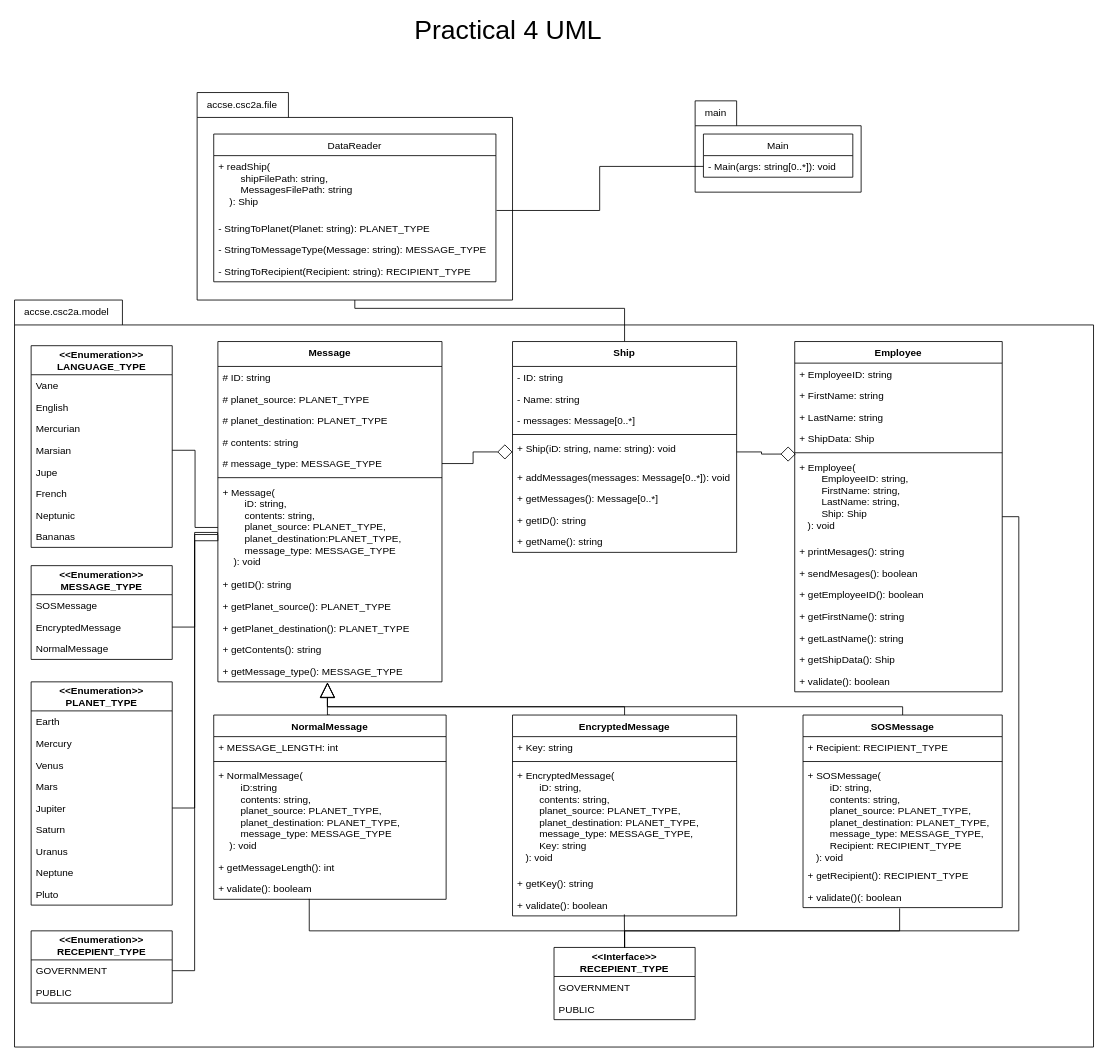
The draw.io diagram docs/UML.drawio in ThaBeanBoy/UJ_CSC2A_P04, before the edit. Source tidied: cells renumbered, new cells numbered last; positions are measured from the earlier drawing's top-left corner, leaving out a move shared by most shapes. Both pictures are drawn from the tidied source at 83%, with x=0, y=0 at pixel (14, 17).
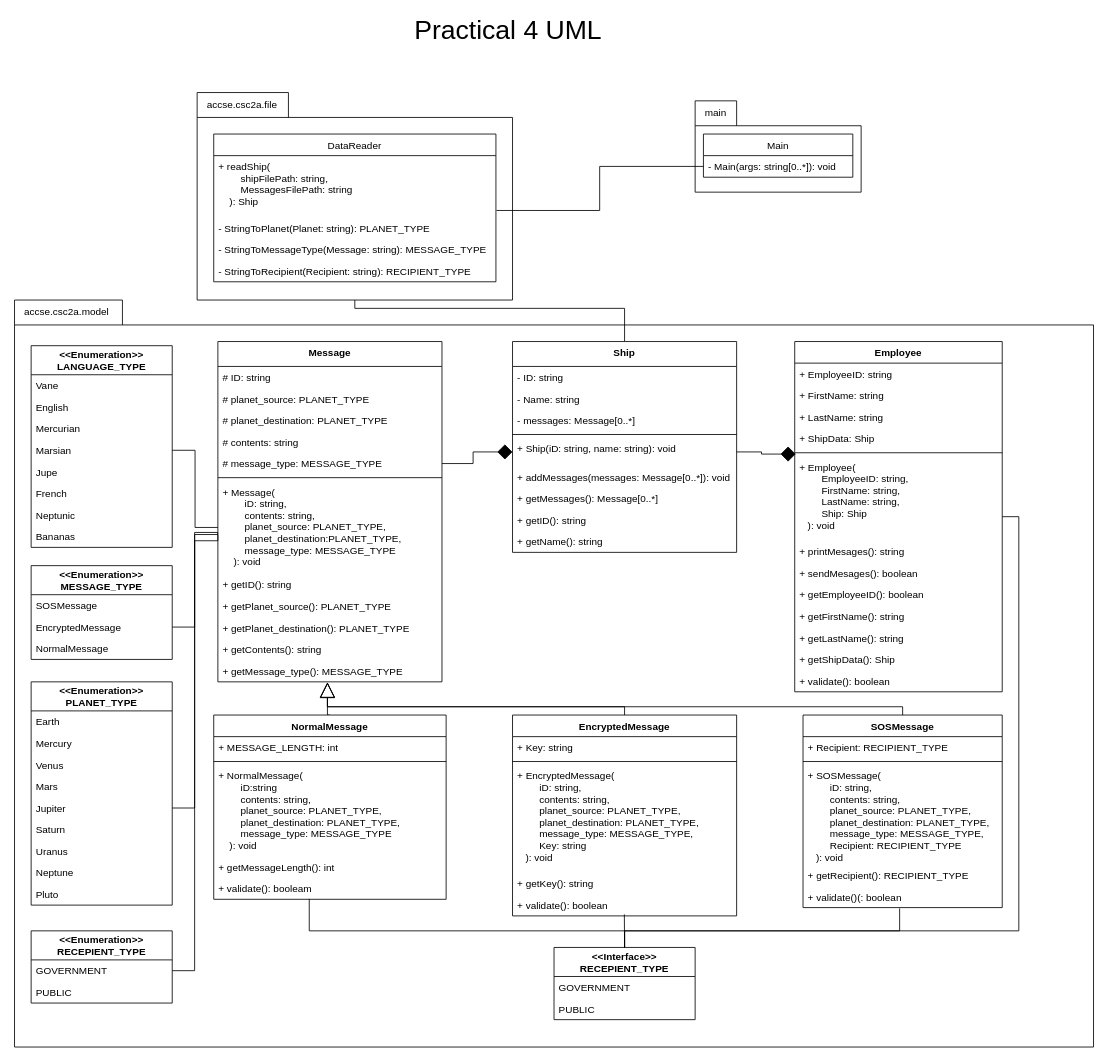
Above is the later version.

Commit message (it also covers changes not shown here):
Exported the UML to a pdf file

Unchanged cells that the change refers to:
```xml
<mxCell id="30" value="+ Employee(&#10;        EmployeeID: string, &#10;        FirstName: string, &#10;        LastName: string, &#10;        Ship: Ship&#10;   ): void" style="text;strokeColor=none;fillColor=none;align=left;verticalAlign=top;spacingLeft=4;spacingRight=4;overflow=hidden;points=[[0,0.5],[1,0.5]];portConstraint=eastwest;" parent="24" vertex="1">
  <mxGeometry y="138" width="250" height="102" as="geometry" />
</mxCell>
<mxCell id="44" value="# message_type: MESSAGE_TYPE" style="text;strokeColor=none;fillColor=none;align=left;verticalAlign=top;spacingLeft=4;spacingRight=4;overflow=hidden;points=[[0,0.5],[1,0.5]];portConstraint=eastwest;" parent="39" vertex="1">
  <mxGeometry y="134" width="270" height="26" as="geometry" />
</mxCell>
<mxCell id="58" value="+ Ship(iD: string, name: string): void" style="text;strokeColor=none;fillColor=none;align=left;verticalAlign=top;spacingLeft=4;spacingRight=4;overflow=hidden;points=[[0,0.5],[1,0.5]];portConstraint=eastwest;" parent="53" vertex="1">
  <mxGeometry y="116" width="270" height="34" as="geometry" />
</mxCell>
```

Diff of the diagram source:
```diff
@@
-    <mxCell id="94" style="edgeStyle=orthogonalEdgeStyle;rounded=0;jettySize=auto;html=1;exitX=1;exitY=0.5;exitDx=0;exitDy=0;entryX=0;entryY=0.5;entryDx=0;entryDy=0;endArrow=diamond;endFill=0;endSize=16;" parent="1" edge="1" source="44" target="58">
+    <mxCell id="94" style="edgeStyle=orthogonalEdgeStyle;rounded=0;jettySize=auto;html=1;exitX=1;exitY=0.5;exitDx=0;exitDy=0;entryX=0;entryY=0.5;entryDx=0;entryDy=0;endArrow=diamond;endFill=1;endSize=16;" parent="1" edge="1" source="44" target="58">
       <mxGeometry relative="1" as="geometry" />
     </mxCell>
@@
-    <mxCell id="102" style="edgeStyle=orthogonalEdgeStyle;rounded=0;jettySize=auto;html=1;exitX=1;exitY=0.5;exitDx=0;exitDy=0;entryX=0.005;entryY=-0.024;entryDx=0;entryDy=0;entryPerimeter=0;endArrow=diamond;endFill=0;endSize=16;" parent="1" edge="1" source="58" target="30">
+    <mxCell id="102" style="edgeStyle=orthogonalEdgeStyle;rounded=0;jettySize=auto;html=1;exitX=1;exitY=0.5;exitDx=0;exitDy=0;entryX=0.005;entryY=-0.024;entryDx=0;entryDy=0;entryPerimeter=0;endArrow=diamond;endFill=1;endSize=16;" parent="1" edge="1" source="58" target="30">
       <mxGeometry relative="1" as="geometry" />
     </mxCell>
```
